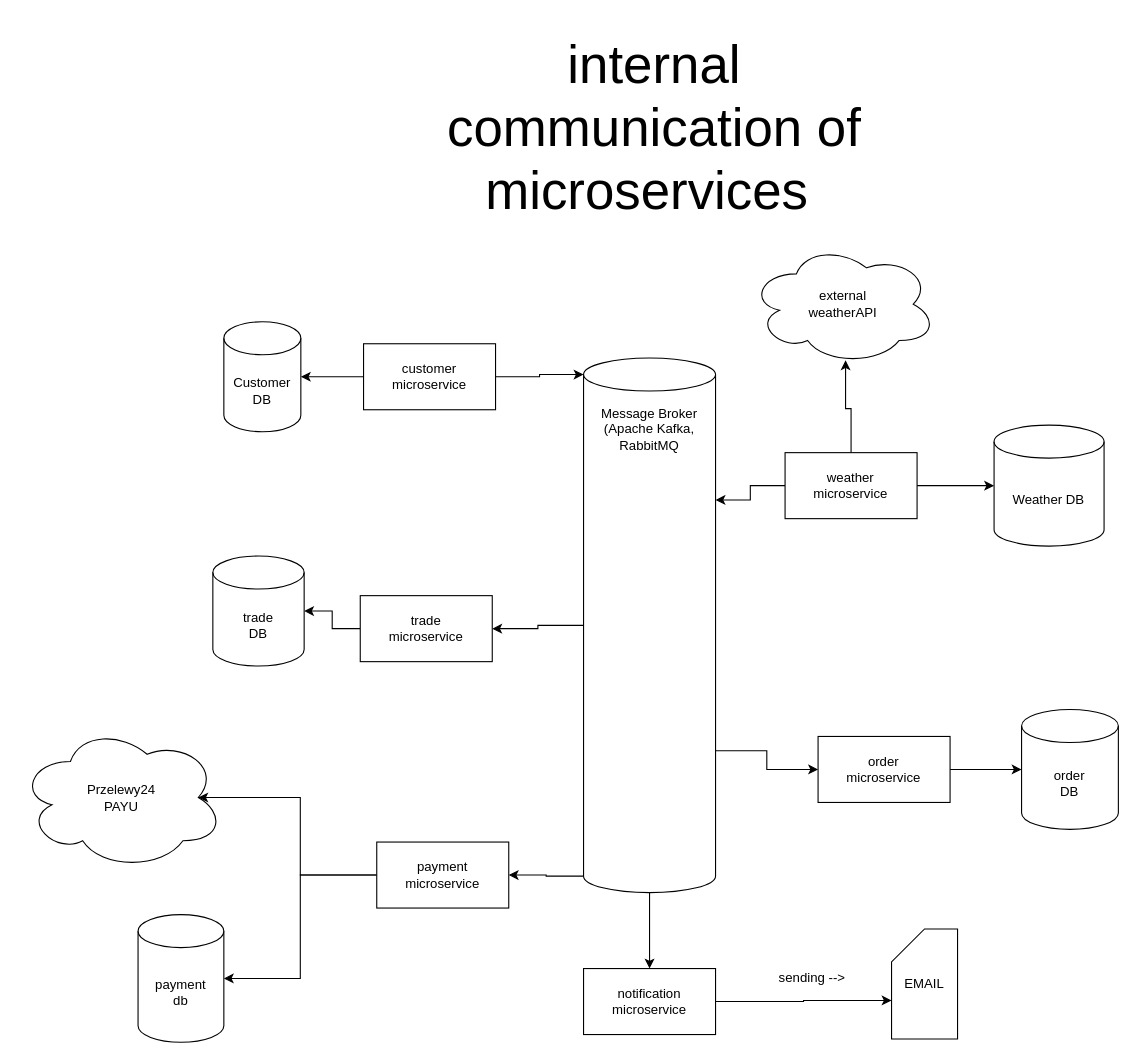
McBlankenburg/SkyTrader24 keeps this draw.io diagram as docs/microservices-docs/microservices-infrastructure.drawio. Above is the earlier version. Source tidied: cells renumbered, new cells numbered last; positions are measured from the earlier drawing's top-left corner, leaving out a move shared by most shapes. Both pictures are drawn from the tidied source at 110%, with x=0, y=0 at pixel (19, 19).
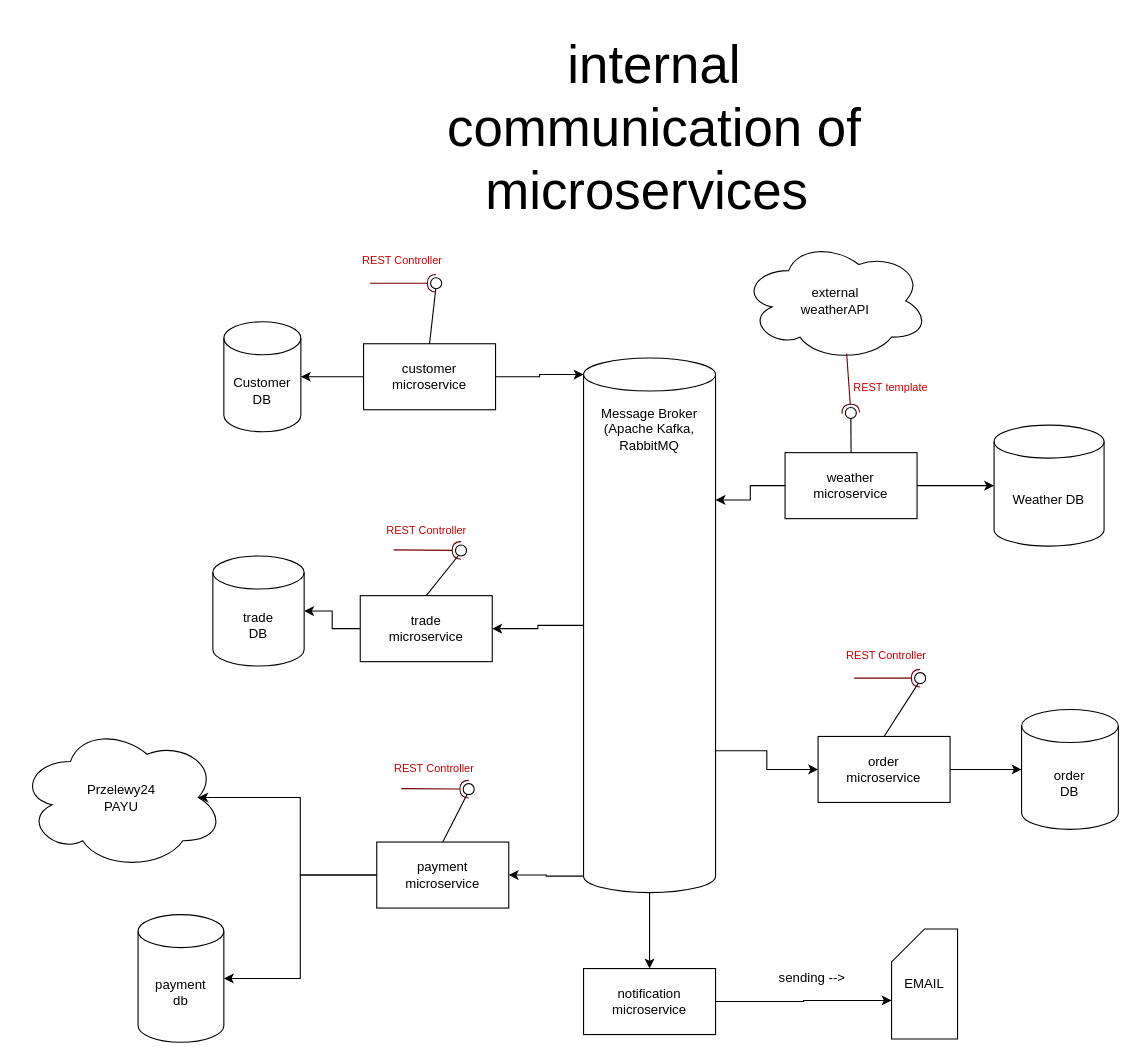
The same page after the edit.

Commit message:
add communication way for microservices to docs

The change refers to these unchanged cells:
```xml
<mxCell id="4" value="customer&lt;br&gt;microservice" style="rounded=0;whiteSpace=wrap;html=1;" parent="1" vertex="1">
  <mxGeometry x="313" y="295" width="120" height="60" as="geometry" />
</mxCell>
<mxCell id="8" value="order&lt;br&gt;microservice" style="rounded=0;whiteSpace=wrap;html=1;" parent="1" vertex="1">
  <mxGeometry x="726.2" y="652" width="120" height="60" as="geometry" />
</mxCell>
<mxCell id="11" value="payment&lt;br&gt;microservice" style="rounded=0;whiteSpace=wrap;html=1;" parent="1" vertex="1">
  <mxGeometry x="325" y="748" width="120" height="60" as="geometry" />
</mxCell>
<mxCell id="13" value="trade&lt;br&gt;microservice" style="rounded=0;whiteSpace=wrap;html=1;" parent="1" vertex="1">
  <mxGeometry x="310" y="524" width="120" height="60" as="geometry" />
</mxCell>
<mxCell id="17" value="weather&lt;br&gt;microservice" style="rounded=0;whiteSpace=wrap;html=1;" parent="1" vertex="1">
  <mxGeometry x="696.2" y="394" width="120" height="60" as="geometry" />
</mxCell>
```

Change to the diagram source:
```diff
@@
-    <mxCell id="14" style="edgeStyle=orthogonalEdgeStyle;rounded=0;jettySize=auto;html=1;exitX=0.5;exitY=0;exitDx=0;exitDy=0;entryX=0.513;entryY=0.964;entryDx=0;entryDy=0;entryPerimeter=0;" parent="1" edge="1" source="17" target="26">
-      <mxGeometry relative="1" as="geometry" />
-    </mxCell>
@@
     <mxCell id="26" value="external&lt;br&gt;weatherAPI" style="ellipse;shape=cloud;whiteSpace=wrap;html=1;" parent="1" vertex="1">
-      <mxGeometry x="664" y="204" width="170" height="110" as="geometry" />
+      <mxGeometry x="657" y="201" width="170" height="110" as="geometry" />
     </mxCell>
@@
+    <mxCell id="34" style="group;" parent="1" vertex="1">
+      <mxGeometry x="308" y="187" width="81" height="58" as="geometry" />
+    </mxCell>
+    <mxCell id="35" style="rounded=0;jettySize=auto;html=1;endArrow=none;endFill=0;sketch=0;sourcePerimeterSpacing=0;targetPerimeterSpacing=0;fontSize=48;exitX=0.5;exitY=0;exitDx=0;exitDy=0;" parent="34" edge="1" source="4">
+      <mxGeometry relative="1" as="geometry">
+        <mxPoint x="71" y="55" as="targetPoint" />
+      </mxGeometry>
+    </mxCell>
+    <mxCell id="36" style="rounded=0;jettySize=auto;html=1;endArrow=halfCircle;endFill=0;entryX=0.5;entryY=0.5;endSize=6;strokeWidth=1;sketch=0;fontSize=48;fillColor=#a20025;strokeColor=#6F0000;" parent="34" edge="1" target="37">
+      <mxGeometry relative="1" as="geometry">
+        <mxPoint x="11" y="53" as="sourcePoint" />
+      </mxGeometry>
+    </mxCell>
+    <mxCell id="37" style="ellipse;whiteSpace=wrap;html=1;align=center;points=[];outlineConnect=0;sketch=0;fontSize=48;" parent="34" vertex="1">
+      <mxGeometry x="66" y="48" width="10" height="10" as="geometry" />
+    </mxCell>
+    <mxCell id="38" value="&lt;font color=&quot;#cc0000&quot; style=&quot;font-size: 10px;&quot;&gt;REST Controller&lt;/font&gt;" style="text;html=1;strokeColor=none;fillColor=none;align=center;verticalAlign=middle;whiteSpace=wrap;rounded=0;fontSize=48;" parent="34" vertex="1">
+      <mxGeometry width="81" height="37" as="geometry" />
+    </mxCell>
+    <mxCell id="39" style="group;" parent="1" vertex="1">
+      <mxGeometry x="336" y="651" width="83" height="53" as="geometry" />
+    </mxCell>
+    <mxCell id="40" style="rounded=0;jettySize=auto;html=1;endArrow=none;endFill=0;sketch=0;sourcePerimeterSpacing=0;targetPerimeterSpacing=0;fontSize=48;exitX=0.5;exitY=0;exitDx=0;exitDy=0;" parent="39" edge="1" source="11">
+      <mxGeometry relative="1" as="geometry">
+        <mxPoint x="72.8" y="50.3" as="targetPoint" />
+      </mxGeometry>
+    </mxCell>
+    <mxCell id="41" style="rounded=0;jettySize=auto;html=1;endArrow=halfCircle;endFill=0;entryX=0.5;entryY=0.5;endSize=6;strokeWidth=1;sketch=0;fontSize=48;fillColor=#a20025;strokeColor=#6F0000;" parent="39" edge="1" target="42">
+      <mxGeometry relative="1" as="geometry">
+        <mxPoint x="11.3" y="48.4" as="sourcePoint" />
+      </mxGeometry>
+    </mxCell>
+    <mxCell id="42" style="ellipse;whiteSpace=wrap;html=1;align=center;points=[];outlineConnect=0;sketch=0;fontSize=48;" parent="39" vertex="1">
+      <mxGeometry x="67.6" y="43.9" width="10" height="10" as="geometry" />
+    </mxCell>
+    <mxCell id="43" value="&lt;font color=&quot;#cc0000&quot; style=&quot;font-size: 10px;&quot;&gt;REST Controller&lt;/font&gt;" style="text;html=1;strokeColor=none;fillColor=none;align=center;verticalAlign=middle;whiteSpace=wrap;rounded=0;fontSize=48;" parent="39" vertex="1">
+      <mxGeometry width="83" height="33.8" as="geometry" />
+    </mxCell>
+    <mxCell id="44" style="group;" parent="1" vertex="1">
+      <mxGeometry x="748" y="546" width="81" height="58" as="geometry" />
+    </mxCell>
+    <mxCell id="45" style="rounded=0;jettySize=auto;html=1;endArrow=none;endFill=0;sketch=0;sourcePerimeterSpacing=0;targetPerimeterSpacing=0;fontSize=48;exitX=0.5;exitY=0;exitDx=0;exitDy=0;" parent="44" edge="1" source="8">
+      <mxGeometry relative="1" as="geometry">
+        <mxPoint x="71" y="55" as="targetPoint" />
+      </mxGeometry>
+    </mxCell>
+    <mxCell id="46" style="rounded=0;jettySize=auto;html=1;endArrow=halfCircle;endFill=0;entryX=0.5;entryY=0.5;endSize=6;strokeWidth=1;sketch=0;fontSize=48;fillColor=#a20025;strokeColor=#6F0000;" parent="44" edge="1" target="47">
+      <mxGeometry relative="1" as="geometry">
+        <mxPoint x="11" y="53" as="sourcePoint" />
+      </mxGeometry>
+    </mxCell>
+    <mxCell id="47" style="ellipse;whiteSpace=wrap;html=1;align=center;points=[];outlineConnect=0;sketch=0;fontSize=48;" parent="44" vertex="1">
+      <mxGeometry x="66" y="48" width="10" height="10" as="geometry" />
+    </mxCell>
+    <mxCell id="48" value="&lt;font color=&quot;#cc0000&quot; style=&quot;font-size: 10px;&quot;&gt;REST Controller&lt;/font&gt;" style="text;html=1;strokeColor=none;fillColor=none;align=center;verticalAlign=middle;whiteSpace=wrap;rounded=0;fontSize=48;" parent="44" vertex="1">
+      <mxGeometry width="81" height="37" as="geometry" />
+    </mxCell>
+    <mxCell id="49" style="group;" parent="1" vertex="1">
+      <mxGeometry x="329" y="434" width="83" height="53" as="geometry" />
+    </mxCell>
+    <mxCell id="50" style="rounded=0;jettySize=auto;html=1;endArrow=none;endFill=0;sketch=0;sourcePerimeterSpacing=0;targetPerimeterSpacing=0;fontSize=48;exitX=0.5;exitY=0;exitDx=0;exitDy=0;" parent="49" edge="1" source="13">
+      <mxGeometry relative="1" as="geometry">
+        <mxPoint x="72.8" y="50.3" as="targetPoint" />
+      </mxGeometry>
+    </mxCell>
+    <mxCell id="51" style="rounded=0;jettySize=auto;html=1;endArrow=halfCircle;endFill=0;entryX=0.5;entryY=0.5;endSize=6;strokeWidth=1;sketch=0;fontSize=48;fillColor=#a20025;strokeColor=#6F0000;" parent="49" edge="1" target="52">
+      <mxGeometry relative="1" as="geometry">
+        <mxPoint x="11.3" y="48.4" as="sourcePoint" />
+      </mxGeometry>
+    </mxCell>
+    <mxCell id="52" style="ellipse;whiteSpace=wrap;html=1;align=center;points=[];outlineConnect=0;sketch=0;fontSize=48;" parent="49" vertex="1">
+      <mxGeometry x="67.6" y="43.9" width="10" height="10" as="geometry" />
+    </mxCell>
+    <mxCell id="53" value="&lt;font color=&quot;#cc0000&quot; style=&quot;font-size: 10px;&quot;&gt;REST Controller&lt;/font&gt;" style="text;html=1;strokeColor=none;fillColor=none;align=center;verticalAlign=middle;whiteSpace=wrap;rounded=0;fontSize=48;" parent="49" vertex="1">
+      <mxGeometry width="83" height="33.8" as="geometry" />
+    </mxCell>
+    <mxCell id="54" style="group;" parent="1" vertex="1">
+      <mxGeometry x="751" y="303" width="9" height="1" as="geometry" />
+    </mxCell>
+    <mxCell id="55" style="rounded=0;jettySize=auto;html=1;endArrow=halfCircle;endFill=0;entryX=0.5;entryY=0.5;endSize=6;strokeWidth=1;sketch=0;fontSize=48;fillColor=#a20025;strokeColor=#6F0000;" parent="54" edge="1" target="58">
+      <mxGeometry relative="1" as="geometry">
+        <mxPoint x="1.2" y="0.9" as="sourcePoint" />
+      </mxGeometry>
+    </mxCell>
+    <mxCell id="56" value="&lt;font color=&quot;#cc0000&quot; style=&quot;font-size: 10px;&quot;&gt;REST template&lt;/font&gt;" style="text;html=1;strokeColor=none;fillColor=none;align=center;verticalAlign=middle;whiteSpace=wrap;rounded=0;fontSize=48;" parent="1" vertex="1">
+      <mxGeometry x="751" y="304.2" width="83" height="33.8" as="geometry" />
+    </mxCell>
+    <mxCell id="57" style="rounded=0;jettySize=auto;html=1;endArrow=none;endFill=0;sketch=0;sourcePerimeterSpacing=0;targetPerimeterSpacing=0;fontSize=48;exitX=0.5;exitY=0;exitDx=0;exitDy=0;" parent="1" edge="1" source="17">
+      <mxGeometry relative="1" as="geometry">
+        <mxPoint x="756" y="362" as="targetPoint" />
+      </mxGeometry>
+    </mxCell>
+    <mxCell id="58" style="ellipse;whiteSpace=wrap;html=1;align=center;points=[];outlineConnect=0;sketch=0;fontSize=48;" parent="1" vertex="1">
+      <mxGeometry x="751" y="353" width="10" height="10" as="geometry" />
+    </mxCell>
```
